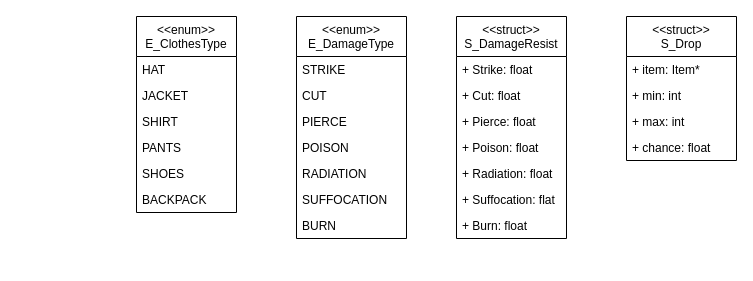
Earlier version of the draw.io diagram page "Structs & Enums" (2 of 3) of Classes.drawio (sqrt-of-minus-one/After_0). Source tidied: cells renumbered, new cells numbered last; positions are measured from the earlier drawing's top-left corner, leaving out a move shared by most shapes. Both pictures are drawn from the tidied source at 100%, with x=0, y=0 at pixel (136, 16).
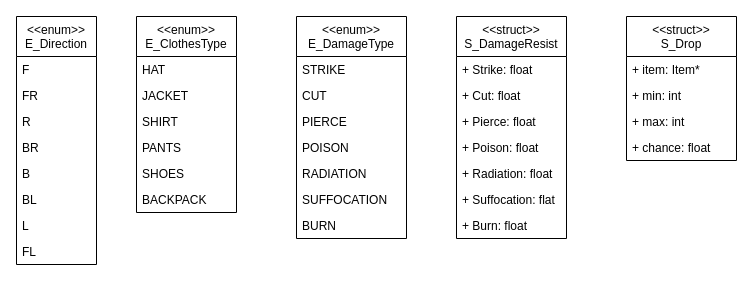
The same diagram, later.

Change to the diagram source:
```diff
@@
+    <mxCell id="30" value="&lt;&lt;enum&gt;&gt;&#10;E_Direction" style="swimlane;fontStyle=0;horizontal=1;startSize=40;fillColor=none;" parent="1" vertex="1">
+      <mxGeometry x="-120" width="80" height="248" as="geometry" />
+    </mxCell>
+    <mxCell id="31" value="F" style="text;strokeColor=none;fillColor=none;align=left;verticalAlign=top;spacingLeft=4;spacingRight=4;overflow=hidden;" parent="30" vertex="1">
+      <mxGeometry y="40" width="80" height="26" as="geometry" />
+    </mxCell>
+    <mxCell id="32" value="FR" style="text;strokeColor=none;fillColor=none;align=left;verticalAlign=top;spacingLeft=4;spacingRight=4;overflow=hidden;" parent="30" vertex="1">
+      <mxGeometry y="66" width="80" height="26" as="geometry" />
+    </mxCell>
+    <mxCell id="33" value="R" style="text;strokeColor=none;fillColor=none;align=left;verticalAlign=top;spacingLeft=4;spacingRight=4;overflow=hidden;" parent="30" vertex="1">
+      <mxGeometry y="92" width="80" height="26" as="geometry" />
+    </mxCell>
+    <mxCell id="34" value="BR" style="text;strokeColor=none;fillColor=none;align=left;verticalAlign=top;spacingLeft=4;spacingRight=4;overflow=hidden;" parent="30" vertex="1">
+      <mxGeometry y="118" width="80" height="26" as="geometry" />
+    </mxCell>
+    <mxCell id="35" value="B" style="text;strokeColor=none;fillColor=none;align=left;verticalAlign=top;spacingLeft=4;spacingRight=4;overflow=hidden;" parent="30" vertex="1">
+      <mxGeometry y="144" width="80" height="26" as="geometry" />
+    </mxCell>
+    <mxCell id="36" value="BL" style="text;strokeColor=none;fillColor=none;align=left;verticalAlign=top;spacingLeft=4;spacingRight=4;overflow=hidden;" parent="30" vertex="1">
+      <mxGeometry y="170" width="80" height="26" as="geometry" />
+    </mxCell>
+    <mxCell id="37" value="L" style="text;strokeColor=none;fillColor=none;align=left;verticalAlign=top;spacingLeft=4;spacingRight=4;overflow=hidden;" parent="30" vertex="1">
+      <mxGeometry y="196" width="80" height="26" as="geometry" />
+    </mxCell>
+    <mxCell id="38" value="FL" style="text;strokeColor=none;fillColor=none;align=left;verticalAlign=top;spacingLeft=4;spacingRight=4;overflow=hidden;" parent="30" vertex="1">
+      <mxGeometry y="222" width="80" height="26" as="geometry" />
+    </mxCell>
```
